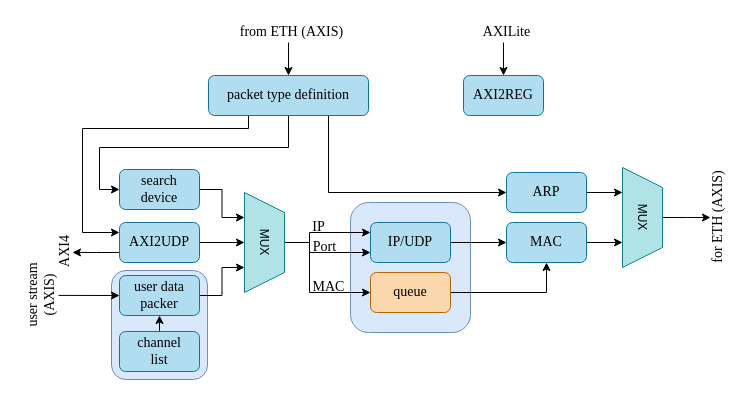
The draw.io diagram UDPMaster/DOC/DRAW/top_design.drawio in MrDoomsday/Ethernet, before the edit. Source tidied: cells renumbered, new cells numbered last; positions are measured from the earlier drawing's top-left corner, leaving out a move shared by most shapes. Both pictures are drawn from the tidied source at 100%, with x=0, y=0 at pixel (-1, 17).
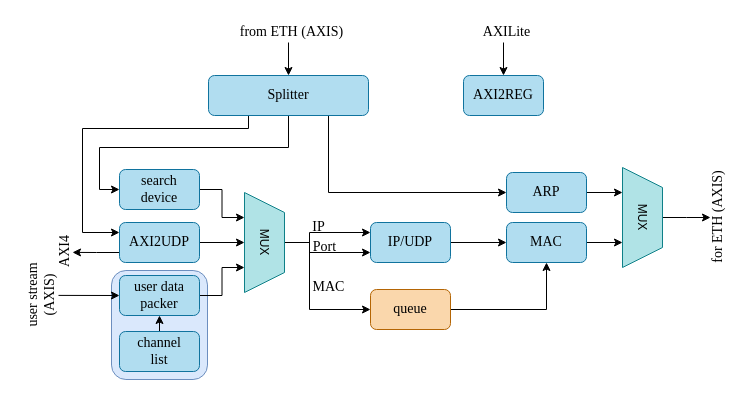
Above is the later version.

Unchanged cells that the change refers to:
```xml
<mxCell id="17" value="MUX" style="shape=trapezoid;perimeter=trapezoidPerimeter;whiteSpace=wrap;html=1;fixedSize=1;rotation=90;fillColor=#b0e3e6;strokeColor=#0e8088;" parent="1" vertex="1">
  <mxGeometry x="215" y="205" width="100" height="40" as="geometry" />
</mxCell>
```

What changed in the source:
```diff
@@
-    <mxCell id="3" style="rounded=1;whiteSpace=wrap;html=1;fillColor=#dae8fc;strokeColor=#6c8ebf;" parent="1" vertex="1">
-      <mxGeometry x="351" y="185" width="120" height="130" as="geometry" />
-    </mxCell>
@@
     <mxCell id="7" value="queue" style="rounded=1;whiteSpace=wrap;html=1;fontFamily=Times New Roman;fontSize=14;fillColor=#fad7ac;strokeColor=#b46504;" parent="1" vertex="1">
-      <mxGeometry x="371" y="255" width="80" height="40" as="geometry" />
+      <mxGeometry x="371" y="272" width="80" height="40" as="geometry" />
     </mxCell>
@@
     <mxCell id="16" style="edgeStyle=orthogonalEdgeStyle;rounded=0;jettySize=auto;html=1;exitX=0.5;exitY=0;exitDx=0;exitDy=0;entryX=0;entryY=0.5;entryDx=0;entryDy=0;" parent="1" edge="1" source="17" target="7">
       <mxGeometry relative="1" as="geometry">
         <Array as="points">
           <mxPoint x="310" y="225" />
-          <mxPoint x="310" y="275" />
+          <mxPoint x="310" y="292" />
         </Array>
       </mxGeometry>
     </mxCell>
@@
-    <mxCell id="32" value="packet type definition" style="rounded=1;whiteSpace=wrap;html=1;fontFamily=Times New Roman;fontSize=14;fillColor=#b1ddf0;strokeColor=#10739e;" parent="1" vertex="1">
+    <mxCell id="32" value="Splitter" style="rounded=1;whiteSpace=wrap;html=1;fontFamily=Times New Roman;fontSize=14;fillColor=#b1ddf0;strokeColor=#10739e;" parent="1" vertex="1">
       <mxGeometry x="209" y="58" width="160" height="40" as="geometry" />
     </mxCell>
```
